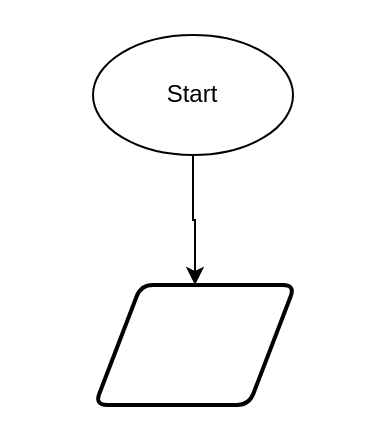
Before: Laporan Kerja Praktek.drawio in rubin429/design-port-and-harbour, a draw.io diagram. Source tidied: cells renumbered, new cells numbered last; positions are measured from the earlier drawing's top-left corner, leaving out a move shared by most shapes. Both pictures are drawn from the tidied source at 200%, with x=0, y=0 at pixel (92, 34).
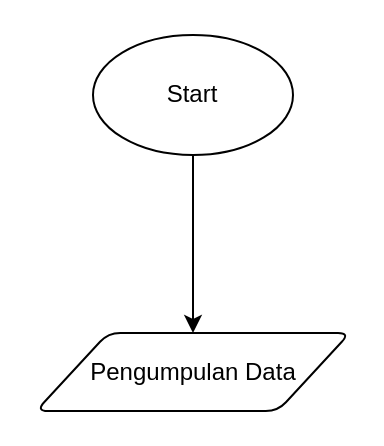
After the change.

What changed in the source:
```diff
@@
 <mxGraphModel>
   <root>
     <mxCell id="0" />
     <mxCell id="1" parent="0" />
     <mxCell id="2" style="edgeStyle=orthogonalEdgeStyle;rounded=0;jettySize=auto;html=1;" parent="1" edge="1" source="3" target="4">
       <mxGeometry relative="1" as="geometry" />
     </mxCell>
     <mxCell id="3" value="Start" style="strokeWidth=1;html=1;shape=mxgraph.flowchart.start_1;whiteSpace=wrap;" parent="1" vertex="1">
       <mxGeometry width="100" height="60" as="geometry" />
     </mxCell>
-    <mxCell id="4" style="shape=parallelogram;html=1;strokeWidth=2;perimeter=parallelogramPerimeter;whiteSpace=wrap;rounded=1;arcSize=12;size=0.23;" parent="1" vertex="1">
-      <mxGeometry x="1" y="125" width="100" height="60" as="geometry" />
+    <mxCell id="4" value="Pengumpulan Data" style="shape=parallelogram;html=1;strokeWidth=1;perimeter=parallelogramPerimeter;whiteSpace=wrap;rounded=1;arcSize=12;size=0.23;" parent="1" vertex="1">
+      <mxGeometry x="-28.5" y="149" width="157" height="39" as="geometry" />
     </mxCell>
   </root>
 </mxGraphModel>
```
